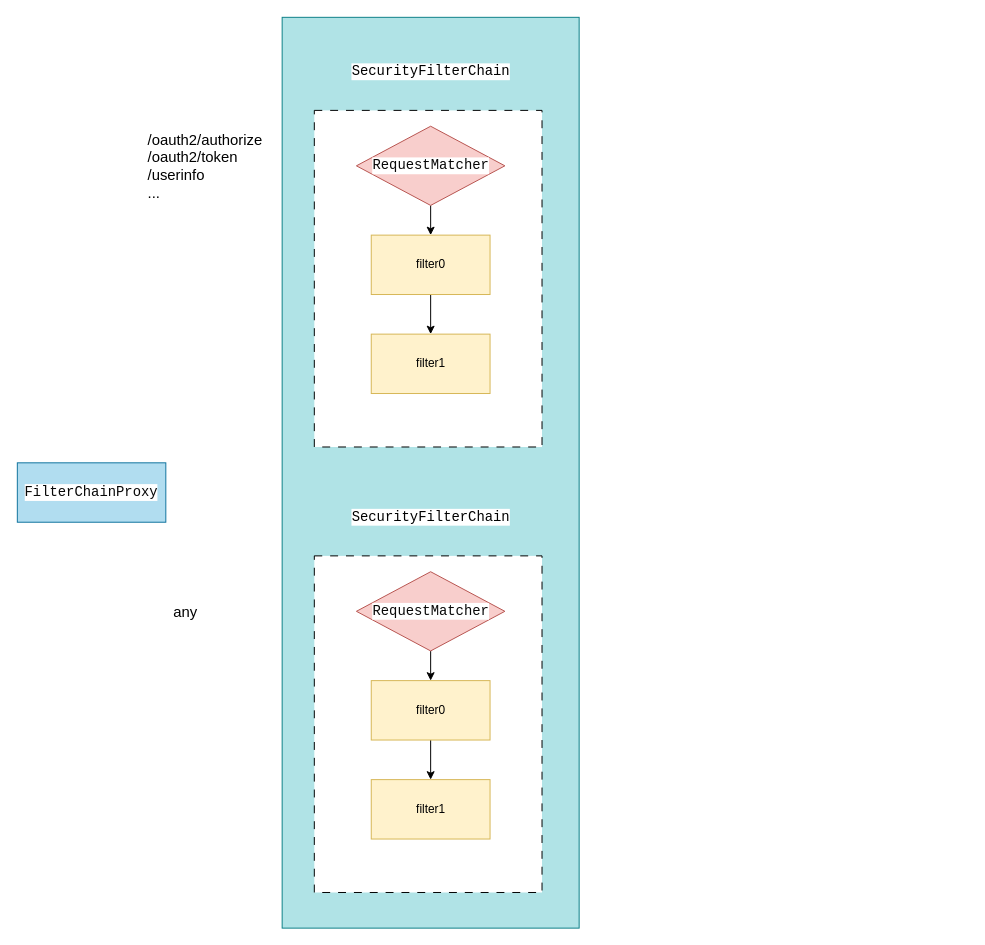
Before: drawio/spring-security.drawio in develop-assistant/diagrams, a draw.io diagram. Source tidied: cells renumbered, new cells numbered last; positions are measured from the earlier drawing's top-left corner, leaving out a move shared by most shapes. Both pictures are drawn from the tidied source at 99%, with x=0, y=0 at pixel (17, 17).
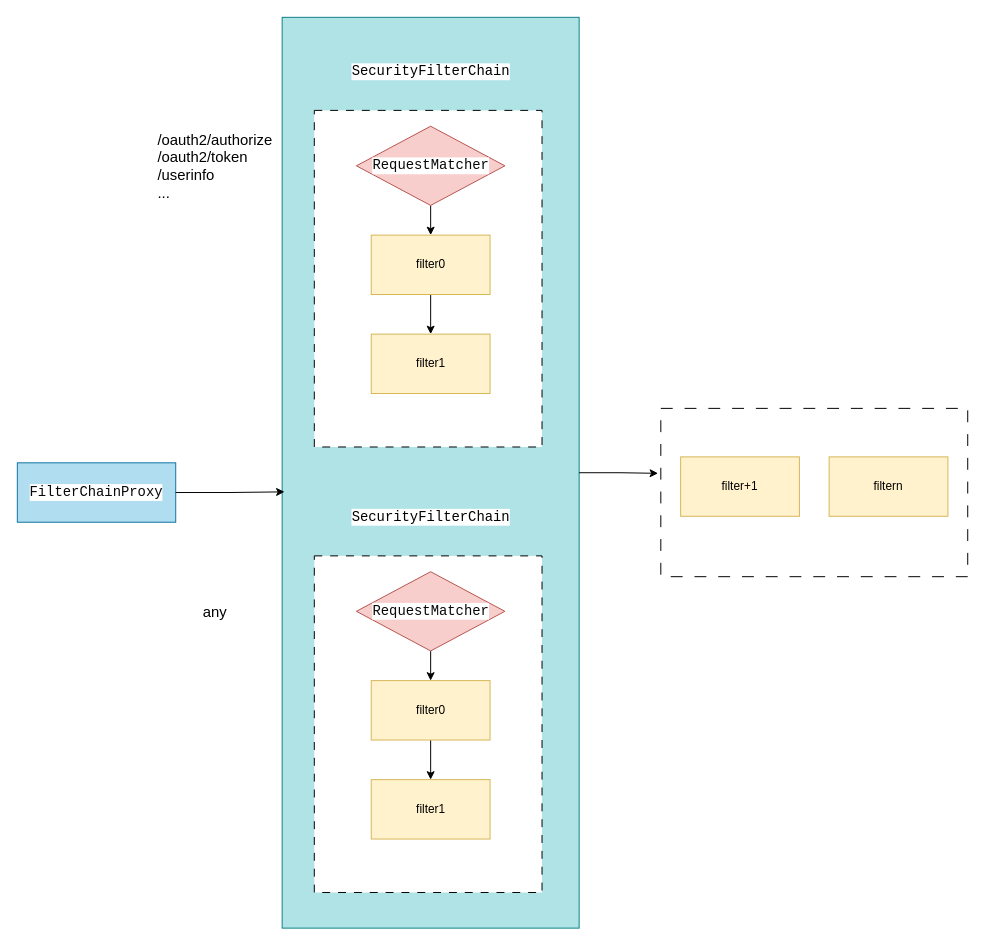
After the change.

The change refers to these unchanged cells:
```xml
<mxCell id="2" style="rounded=0;whiteSpace=wrap;html=1;fillColor=#b0e3e6;strokeColor=#0e8088;" parent="1" vertex="1">
  <mxGeometry x="267.5" width="300" height="920" as="geometry" />
</mxCell>
```

Change to the diagram source:
```diff
@@
+    <mxCell id="20" style="rounded=0;whiteSpace=wrap;html=1;dashed=1;dashPattern=12 12;" parent="1" vertex="1">
+      <mxGeometry x="650" y="395" width="310" height="170" as="geometry" />
+    </mxCell>
@@
     <mxCell id="3" value="&lt;pre style=&quot;background-color:#ffffff;color:#080808;font-family:'JetBrains Mono',monospace;font-size:10.5pt;&quot;&gt;FilterChainProxy&lt;/pre&gt;" style="rounded=0;whiteSpace=wrap;html=1;fillColor=#b1ddf0;strokeColor=#10739e;" parent="1" vertex="1">
-      <mxGeometry y="450" width="150" height="60" as="geometry" />
+      <mxGeometry y="450" width="160" height="60" as="geometry" />
     </mxCell>
@@
     <mxCell id="18" value="/oauth2/authorize&lt;br style=&quot;font-size: 15px;&quot;&gt;&lt;div style=&quot;font-size: 15px;&quot;&gt;&lt;span style=&quot;background-color: initial; font-size: 15px;&quot;&gt;/oauth2/token&lt;/span&gt;&lt;/div&gt;/userinfo&lt;br&gt;..." style="text;html=1;strokeColor=none;fillColor=none;align=left;verticalAlign=middle;whiteSpace=wrap;rounded=0;fontSize=15;" parent="1" vertex="1">
-      <mxGeometry x="130" y="105.5" width="170" height="89" as="geometry" />
+      <mxGeometry x="140" y="105.5" width="170" height="89" as="geometry" />
     </mxCell>
     <mxCell id="19" value="any" style="text;html=1;strokeColor=none;fillColor=none;align=center;verticalAlign=middle;whiteSpace=wrap;rounded=0;fontSize=15;" parent="1" vertex="1">
-      <mxGeometry x="140" y="585" width="60" height="30" as="geometry" />
+      <mxGeometry x="170" y="585" width="60" height="30" as="geometry" />
     </mxCell>
+    <mxCell id="21" style="edgeStyle=orthogonalEdgeStyle;rounded=0;jettySize=auto;html=1;entryX=0.008;entryY=0.521;entryDx=0;entryDy=0;entryPerimeter=0;" parent="1" edge="1" source="3" target="2">
+      <mxGeometry relative="1" as="geometry" />
+    </mxCell>
+    <mxCell id="22" value="filter+1" style="rounded=0;whiteSpace=wrap;html=1;fillColor=#fff2cc;strokeColor=#d6b656;" parent="1" vertex="1">
+      <mxGeometry x="670" y="444" width="120" height="60" as="geometry" />
+    </mxCell>
+    <mxCell id="23" value="filtern" style="rounded=0;whiteSpace=wrap;html=1;fillColor=#fff2cc;strokeColor=#d6b656;" parent="1" vertex="1">
+      <mxGeometry x="820" y="444" width="120" height="60" as="geometry" />
+    </mxCell>
+    <mxCell id="24" style="edgeStyle=orthogonalEdgeStyle;rounded=0;jettySize=auto;html=1;entryX=-0.009;entryY=0.386;entryDx=0;entryDy=0;entryPerimeter=0;" parent="1" edge="1" source="2" target="20">
+      <mxGeometry relative="1" as="geometry" />
+    </mxCell>
```
